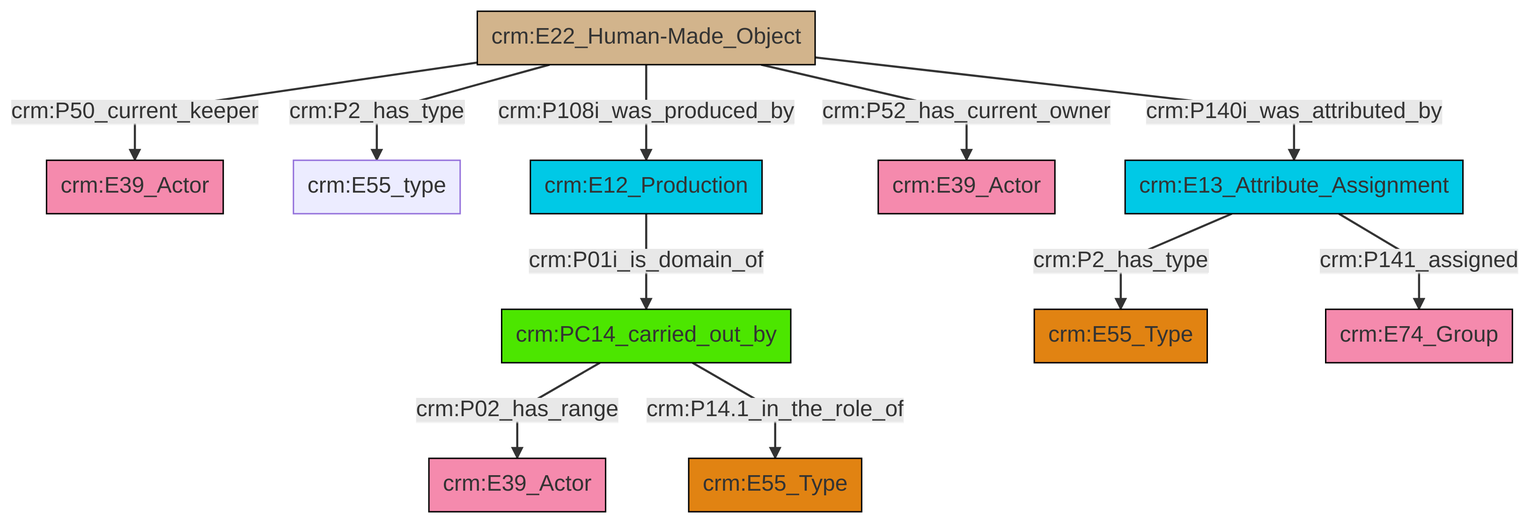
The Mermaid diagram et/artworkCSV/ttl/mmd/png/Artwork_Actor_Relations.png in swiss-art-research-net/docs.swissartresearch, before a commit. Its source is kept beside it as et/artworkCSV/ttl/mmd/Artwork_Actor_Relations.ttl.mmd.
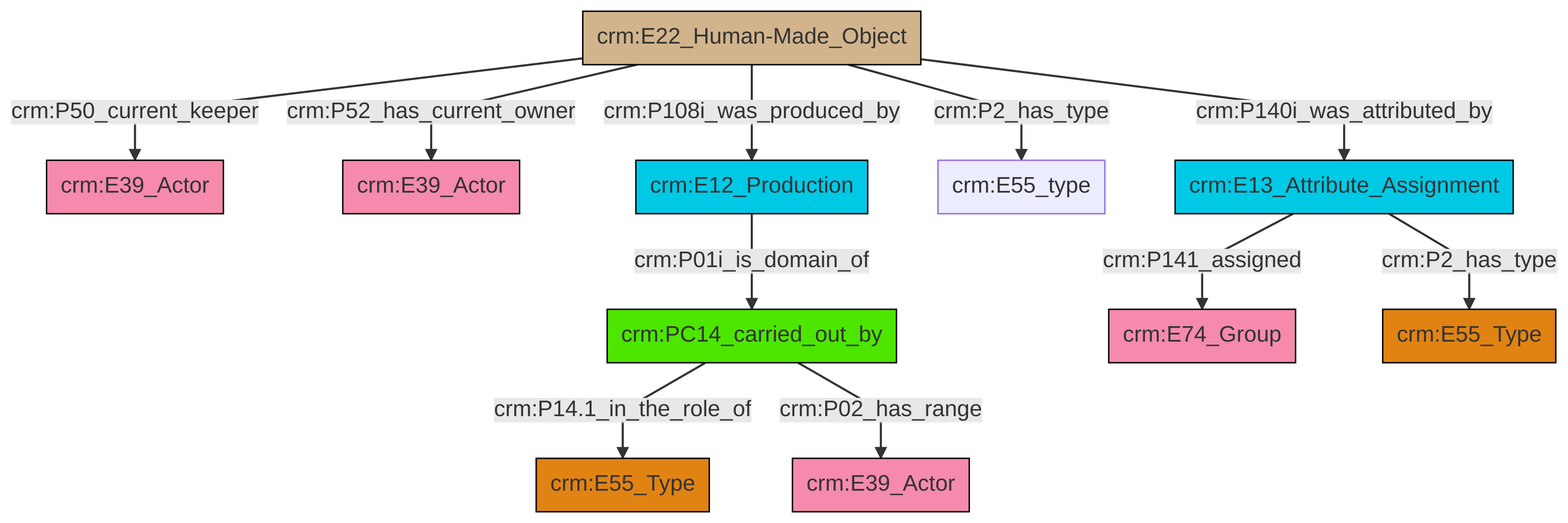
After the commit.

What changed in the source:
```diff
@@ -14,12 +14,12 @@
 classDef Multi fill:#cccccc,stroke:#000000;
 
 0["crm:E22_Human-Made_Object"]:::Physical_Thing -->|crm:P50_current_keeper| 1["crm:E39_Actor"]:::Actor
-0["crm:E22_Human-Made_Object"]:::Physical_Thing -->|crm:P2_has_type| 2["crm:E55_type"]:::Default
-6["crm:PC14_carried_out_by"]:::PC_Classes -->|crm:P02_has_range| 7["crm:E39_Actor"]:::Actor
-6["crm:PC14_carried_out_by"]:::PC_Classes -->|crm:P14.1_in_the_role_of| 13["crm:E55_Type"]:::Type
-0["crm:E22_Human-Made_Object"]:::Physical_Thing -->|crm:P140i_was_attributed_by| 4["crm:E13_Attribute_Assignment"]:::Temporal_Entity
-4["crm:E13_Attribute_Assignment"]:::Temporal_Entity -->|crm:P2_has_type| 9["crm:E55_Type"]:::Type
-16["crm:E12_Production"]:::Temporal_Entity -->|crm:P01i_is_domain_of| 6["crm:PC14_carried_out_by"]:::PC_Classes
-0["crm:E22_Human-Made_Object"]:::Physical_Thing -->|crm:P52_has_current_owner| 11["crm:E39_Actor"]:::Actor
-0["crm:E22_Human-Made_Object"]:::Physical_Thing -->|crm:P108i_was_produced_by| 16["crm:E12_Production"]:::Temporal_Entity
-4["crm:E13_Attribute_Assignment"]:::Temporal_Entity -->|crm:P141_assigned| 19["crm:E74_Group"]:::Actor
+0["crm:E22_Human-Made_Object"]:::Physical_Thing -->|crm:P52_has_current_owner| 2["crm:E39_Actor"]:::Actor
+3["crm:PC14_carried_out_by"]:::PC_Classes -->|crm:P14.1_in_the_role_of| 4["crm:E55_Type"]:::Type
+0["crm:E22_Human-Made_Object"]:::Physical_Thing -->|crm:P108i_was_produced_by| 5["crm:E12_Production"]:::Temporal_Entity
+0["crm:E22_Human-Made_Object"]:::Physical_Thing -->|crm:P2_has_type| 6["crm:E55_type"]:::Default
+0["crm:E22_Human-Made_Object"]:::Physical_Thing -->|crm:P140i_was_attributed_by| 7["crm:E13_Attribute_Assignment"]:::Temporal_Entity
+7["crm:E13_Attribute_Assignment"]:::Temporal_Entity -->|crm:P141_assigned| 9["crm:E74_Group"]:::Actor
+7["crm:E13_Attribute_Assignment"]:::Temporal_Entity -->|crm:P2_has_type| 10["crm:E55_Type"]:::Type
+3["crm:PC14_carried_out_by"]:::PC_Classes -->|crm:P02_has_range| 11["crm:E39_Actor"]:::Actor
+5["crm:E12_Production"]:::Temporal_Entity -->|crm:P01i_is_domain_of| 3["crm:PC14_carried_out_by"]:::PC_Classes
```
